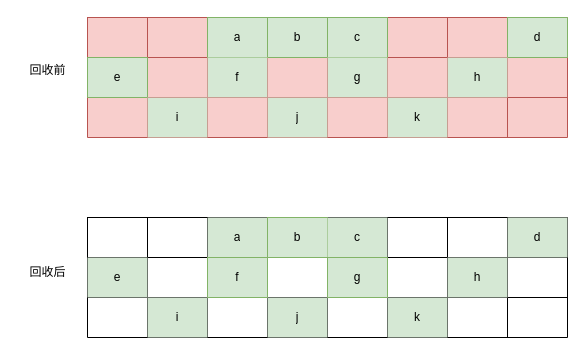
The draw.io diagram V8老生区垃圾回收-标记整理.drawio in abelce/diagrams, before the edit. Source tidied: cells renumbered, new cells numbered last; positions are measured from the earlier drawing's top-left corner, leaving out a move shared by most shapes. Both pictures are drawn from the tidied source at 100%, with x=0, y=0 at pixel (17, 17).
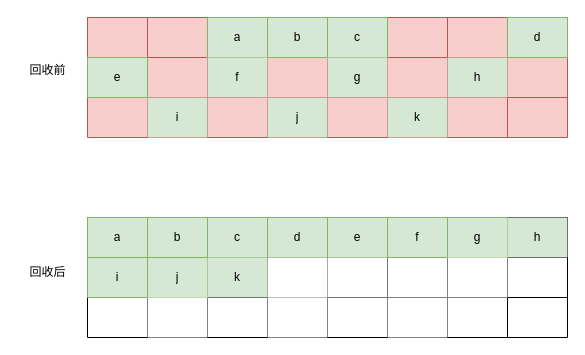
The same page after the edit.

Commit message (it also covers changes not shown here):
更新V8老生区垃圾回收-标记整理.drawio

Unchanged cells that the change refers to:
```xml
<mxCell id="3" style="shape=tableRow;horizontal=0;startSize=0;swimlaneHead=0;swimlaneBody=0;strokeColor=inherit;top=0;left=0;bottom=0;right=0;fillColor=none;" parent="2" vertex="1">
  <mxGeometry width="480" height="40" as="geometry" />
</mxCell>
<mxCell id="12" style="shape=tableRow;horizontal=0;startSize=0;swimlaneHead=0;swimlaneBody=0;strokeColor=inherit;top=0;left=0;bottom=0;right=0;fillColor=none;" parent="2" vertex="1">
  <mxGeometry y="40" width="480" height="40" as="geometry" />
</mxCell>
<mxCell id="21" style="shape=tableRow;horizontal=0;startSize=0;swimlaneHead=0;swimlaneBody=0;strokeColor=inherit;top=0;left=0;bottom=0;right=0;fillColor=none;" parent="2" vertex="1">
  <mxGeometry y="80" width="480" height="40" as="geometry" />
</mxCell>
```

The edit, as a diff of the source:
```diff
@@
-    <mxCell id="2" style="shape=table;startSize=0;childLayout=tableLayout;" parent="1" vertex="1">
+    <mxCell id="2" style="shape=table;startSize=0;childLayout=tableLayout;strokeWidth=1;" parent="1" vertex="1">
       <mxGeometry x="70" y="200" width="480" height="120" as="geometry" />
     </mxCell>
@@
-    <mxCell id="4" style="shape=partialRectangle;html=1;whiteSpace=wrap;strokeColor=inherit;overflow=hidden;fillColor=none;top=0;left=0;bottom=0;right=0;" parent="3" vertex="1">
+    <mxCell id="4" value="a" style="shape=partialRectangle;html=1;whiteSpace=wrap;strokeColor=#82b366;overflow=hidden;fillColor=#d5e8d4;top=1;left=1;bottom=1;right=1;" parent="3" vertex="1">
       <mxGeometry width="60" height="40" as="geometry" />
     </mxCell>
-    <mxCell id="5" style="shape=partialRectangle;html=1;whiteSpace=wrap;strokeColor=inherit;overflow=hidden;fillColor=none;top=0;left=0;bottom=0;right=0;" parent="3" vertex="1">
+    <mxCell id="5" value="b" style="shape=partialRectangle;html=1;whiteSpace=wrap;strokeColor=#82b366;overflow=hidden;fillColor=#d5e8d4;top=1;left=1;bottom=1;right=1;" parent="3" vertex="1">
       <mxGeometry x="60" width="60" height="40" as="geometry" />
     </mxCell>
-    <mxCell id="6" value="a" style="shape=partialRectangle;html=1;whiteSpace=wrap;strokeColor=#82b366;overflow=hidden;fillColor=#d5e8d4;top=0;left=0;bottom=0;right=0;" parent="3" vertex="1">
+    <mxCell id="6" value="c" style="shape=partialRectangle;html=1;whiteSpace=wrap;strokeColor=#82b366;overflow=hidden;fillColor=#d5e8d4;top=1;left=1;bottom=1;right=0;" parent="3" vertex="1">
       <mxGeometry x="120" width="60" height="40" as="geometry" />
     </mxCell>
-    <mxCell id="7" value="b" style="shape=partialRectangle;html=1;whiteSpace=wrap;strokeColor=#82b366;overflow=hidden;fillColor=#d5e8d4;top=1;left=1;bottom=1;right=1;" parent="3" vertex="1">
+    <mxCell id="7" value="d" style="shape=partialRectangle;html=1;whiteSpace=wrap;strokeColor=#82b366;overflow=hidden;fillColor=#d5e8d4;top=1;left=1;bottom=1;right=1;" parent="3" vertex="1">
       <mxGeometry x="180" width="60" height="40" as="geometry" />
     </mxCell>
-    <mxCell id="8" value="c" style="shape=partialRectangle;html=1;whiteSpace=wrap;strokeColor=#82b366;overflow=hidden;fillColor=#d5e8d4;top=0;left=0;bottom=0;right=0;" parent="3" vertex="1">
+    <mxCell id="8" value="e" style="shape=partialRectangle;html=1;whiteSpace=wrap;strokeColor=#82b366;overflow=hidden;fillColor=#d5e8d4;top=1;left=1;bottom=1;right=1;" parent="3" vertex="1">
       <mxGeometry x="240" width="60" height="40" as="geometry" />
     </mxCell>
-    <mxCell id="9" style="shape=partialRectangle;html=1;whiteSpace=wrap;strokeColor=inherit;overflow=hidden;fillColor=none;top=0;left=0;bottom=0;right=0;" parent="3" vertex="1">
+    <mxCell id="9" value="f" style="shape=partialRectangle;html=1;whiteSpace=wrap;strokeColor=#82b366;overflow=hidden;fillColor=#d5e8d4;top=1;left=1;bottom=1;right=1;" parent="3" vertex="1">
       <mxGeometry x="300" width="60" height="40" as="geometry" />
     </mxCell>
-    <mxCell id="10" style="shape=partialRectangle;html=1;whiteSpace=wrap;strokeColor=inherit;overflow=hidden;fillColor=none;top=0;left=0;bottom=0;right=0;" parent="3" vertex="1">
+    <mxCell id="10" value="g" style="shape=partialRectangle;html=1;whiteSpace=wrap;strokeColor=#82b366;overflow=hidden;fillColor=#d5e8d4;top=1;left=1;bottom=1;right=1;" parent="3" vertex="1">
       <mxGeometry x="360" width="60" height="40" as="geometry" />
     </mxCell>
-    <mxCell id="11" value="d" style="shape=partialRectangle;html=1;whiteSpace=wrap;strokeColor=#82b366;overflow=hidden;fillColor=#d5e8d4;top=0;left=0;bottom=0;right=0;" parent="3" vertex="1">
+    <mxCell id="11" value="h" style="shape=partialRectangle;html=1;whiteSpace=wrap;strokeColor=#82b366;overflow=hidden;fillColor=#d5e8d4;top=0;left=0;bottom=0;right=0;" parent="3" vertex="1">
       <mxGeometry x="420" width="60" height="40" as="geometry" />
     </mxCell>
@@
-    <mxCell id="13" value="e" style="shape=partialRectangle;html=1;whiteSpace=wrap;strokeColor=#82b366;overflow=hidden;fillColor=#d5e8d4;top=0;left=0;bottom=0;right=0;" parent="12" vertex="1">
+    <mxCell id="13" value="i" style="shape=partialRectangle;html=1;whiteSpace=wrap;strokeColor=#82b366;overflow=hidden;fillColor=#d5e8d4;top=1;left=1;bottom=1;right=1;" parent="12" vertex="1">
       <mxGeometry width="60" height="40" as="geometry" />
     </mxCell>
-    <mxCell id="14" style="shape=partialRectangle;html=1;whiteSpace=wrap;strokeColor=inherit;overflow=hidden;fillColor=none;top=0;left=0;bottom=0;right=0;" parent="12" vertex="1">
+    <mxCell id="14" value="j" style="shape=partialRectangle;html=1;whiteSpace=wrap;strokeColor=#82b366;overflow=hidden;fillColor=#d5e8d4;top=1;left=1;bottom=1;right=1;" parent="12" vertex="1">
       <mxGeometry x="60" width="60" height="40" as="geometry" />
     </mxCell>
-    <mxCell id="15" value="f" style="shape=partialRectangle;html=1;whiteSpace=wrap;strokeColor=#82b366;overflow=hidden;fillColor=#d5e8d4;top=1;left=1;bottom=1;right=1;" parent="12" vertex="1">
+    <mxCell id="15" value="k" style="shape=partialRectangle;html=1;whiteSpace=wrap;strokeColor=#82b366;overflow=hidden;fillColor=#d5e8d4;top=1;left=1;bottom=1;right=1;strokeWidth=0;" parent="12" vertex="1">
       <mxGeometry x="120" width="60" height="40" as="geometry" />
     </mxCell>
-    <mxCell id="16" style="shape=partialRectangle;html=1;whiteSpace=wrap;strokeColor=inherit;overflow=hidden;fillColor=none;top=0;left=0;bottom=0;right=0;" parent="12" vertex="1">
+    <mxCell id="16" style="shape=partialRectangle;html=1;whiteSpace=wrap;overflow=hidden;top=1;left=1;bottom=1;right=1;strokeWidth=0;" parent="12" vertex="1">
       <mxGeometry x="180" width="60" height="40" as="geometry" />
     </mxCell>
-    <mxCell id="17" value="g" style="shape=partialRectangle;html=1;whiteSpace=wrap;strokeColor=#82b366;overflow=hidden;fillColor=#d5e8d4;top=1;left=1;bottom=1;right=1;" parent="12" vertex="1">
+    <mxCell id="17" style="shape=partialRectangle;html=1;whiteSpace=wrap;overflow=hidden;top=1;left=1;bottom=1;right=1;strokeWidth=0;" parent="12" vertex="1">
       <mxGeometry x="240" width="60" height="40" as="geometry" />
     </mxCell>
@@
-    <mxCell id="19" value="h" style="shape=partialRectangle;html=1;whiteSpace=wrap;strokeColor=#82b366;overflow=hidden;fillColor=#d5e8d4;top=0;left=0;bottom=0;right=0;" parent="12" vertex="1">
+    <mxCell id="19" style="shape=partialRectangle;html=1;whiteSpace=wrap;overflow=hidden;top=0;left=0;bottom=0;right=0;perimeterSpacing=0;" parent="12" vertex="1">
       <mxGeometry x="360" width="60" height="40" as="geometry" />
     </mxCell>
@@
-    <mxCell id="22" style="shape=partialRectangle;html=1;whiteSpace=wrap;strokeColor=inherit;overflow=hidden;fillColor=none;top=0;left=0;bottom=0;right=0;" parent="21" vertex="1">
+    <mxCell id="22" style="shape=partialRectangle;html=1;whiteSpace=wrap;strokeColor=inherit;overflow=hidden;fillColor=none;top=0;left=0;bottom=0;right=0;strokeWidth=0;" parent="21" vertex="1">
       <mxGeometry width="60" height="40" as="geometry" />
     </mxCell>
-    <mxCell id="23" value="i" style="shape=partialRectangle;html=1;whiteSpace=wrap;strokeColor=#82b366;overflow=hidden;fillColor=#d5e8d4;top=0;left=0;bottom=0;right=0;" parent="21" vertex="1">
+    <mxCell id="23" style="shape=partialRectangle;html=1;whiteSpace=wrap;overflow=hidden;top=0;left=0;bottom=0;right=0;" parent="21" vertex="1">
       <mxGeometry x="60" width="60" height="40" as="geometry" />
     </mxCell>
-    <mxCell id="24" style="shape=partialRectangle;html=1;whiteSpace=wrap;strokeColor=inherit;overflow=hidden;fillColor=none;top=0;left=0;bottom=0;right=0;" parent="21" vertex="1">
+    <mxCell id="24" style="shape=partialRectangle;html=1;whiteSpace=wrap;strokeColor=inherit;overflow=hidden;fillColor=none;top=0;left=0;bottom=0;right=0;strokeWidth=0;" parent="21" vertex="1">
       <mxGeometry x="120" width="60" height="40" as="geometry" />
     </mxCell>
-    <mxCell id="25" value="j" style="shape=partialRectangle;html=1;whiteSpace=wrap;strokeColor=#82b366;overflow=hidden;fillColor=#d5e8d4;top=0;left=0;bottom=0;right=0;" parent="21" vertex="1">
+    <mxCell id="25" style="shape=partialRectangle;html=1;whiteSpace=wrap;overflow=hidden;top=0;left=0;bottom=0;right=0;" parent="21" vertex="1">
       <mxGeometry x="180" width="60" height="40" as="geometry" />
     </mxCell>
@@
-    <mxCell id="27" value="k" style="shape=partialRectangle;html=1;whiteSpace=wrap;strokeColor=#82b366;overflow=hidden;fillColor=#d5e8d4;top=0;left=0;bottom=0;right=0;" parent="21" vertex="1">
+    <mxCell id="27" style="shape=partialRectangle;html=1;whiteSpace=wrap;overflow=hidden;top=0;left=0;bottom=0;right=0;" parent="21" vertex="1">
       <mxGeometry x="300" width="60" height="40" as="geometry" />
     </mxCell>
@@
-    <mxCell id="29" style="shape=partialRectangle;html=1;whiteSpace=wrap;strokeColor=inherit;overflow=hidden;fillColor=none;top=0;left=0;bottom=0;right=0;" parent="21" vertex="1">
+    <mxCell id="29" style="shape=partialRectangle;html=1;whiteSpace=wrap;strokeColor=inherit;overflow=hidden;fillColor=none;top=0;left=0;bottom=0;right=0;strokeWidth=0;" parent="21" vertex="1">
       <mxGeometry x="420" width="60" height="40" as="geometry" />
     </mxCell>
```
